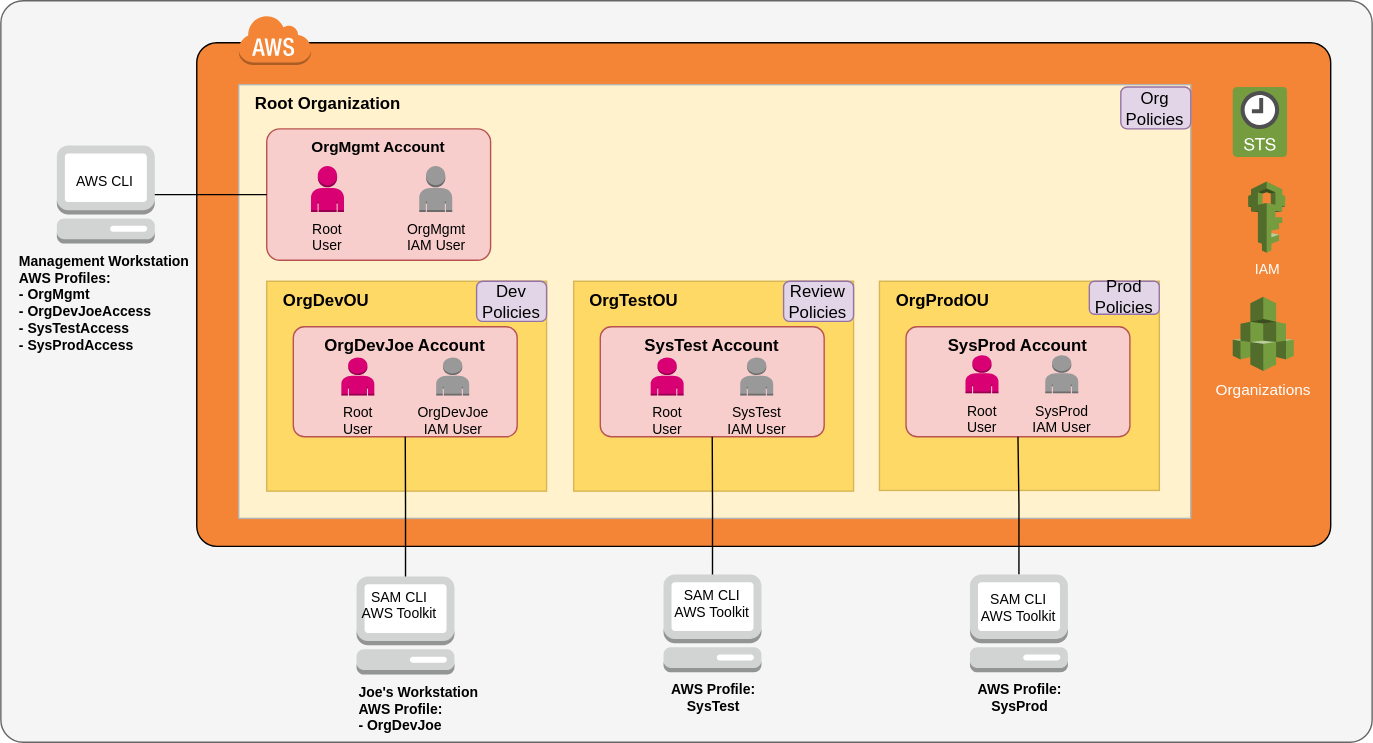
InSciCo/InSciCo keeps this draw.io diagram as docs/assets/img/AwsProdSetup.svg. Above is the earlier version. Source tidied: cells renumbered, new cells last; positions are measured from the earlier drawing's top-left corner, leaving out a move shared by most shapes.
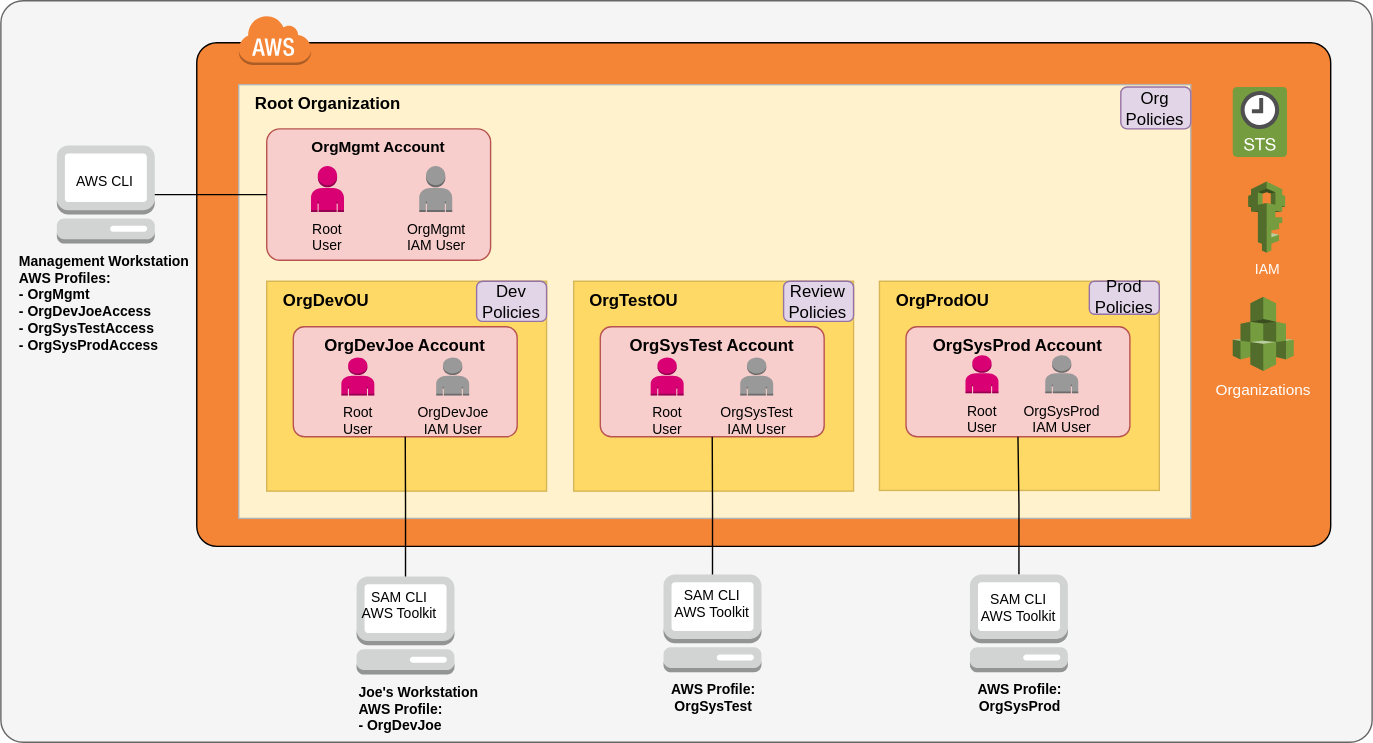
The same file after the commit.

Change to the diagram source:
```diff
@@ -77,25 +77,25 @@
     <mxCell id="26" style="group;" parent="19" vertex="1">
       <mxGeometry x="-199.5" y="32.5" width="160" height="78.7" as="geometry" />
     </mxCell>
-    <mxCell id="27" value="SysTest Account" style="rounded=1;arcSize=10;dashed=0;fillColor=#f8cecc;strokeWidth=1;fontSize=12;strokeColor=#b85450;verticalAlign=top;fontStyle=1;" parent="26" vertex="1">
+    <mxCell id="27" value="OrgSysTest Account" style="rounded=1;arcSize=10;dashed=0;fillColor=#f8cecc;strokeWidth=1;fontSize=12;strokeColor=#b85450;verticalAlign=top;fontStyle=1;" parent="26" vertex="1">
       <mxGeometry width="160" height="78.7" as="geometry" />
     </mxCell>
     <mxCell id="28" value="Root&lt;br&gt;User" style="dashed=0;verticalLabelPosition=bottom;verticalAlign=top;align=center;html=1;shape=mxgraph.aws3.user;labelBackgroundColor=none;strokeWidth=1;fontSize=10;fillColor=#d80073;strokeColor=#A50040;" parent="26" vertex="1">
       <mxGeometry x="36" y="22" width="23.6" height="27.1" as="geometry" />
     </mxCell>
-    <mxCell id="29" value="SysTest&lt;br&gt;IAM User" style="dashed=0;verticalLabelPosition=bottom;verticalAlign=top;align=center;html=1;shape=mxgraph.aws3.user;gradientColor=none;labelBackgroundColor=none;strokeWidth=1;fontSize=10;fontColor=#000000;fillColor=#999999;" parent="26" vertex="1">
+    <mxCell id="29" value="OrgSysTest&lt;br&gt;IAM User" style="dashed=0;verticalLabelPosition=bottom;verticalAlign=top;align=center;html=1;shape=mxgraph.aws3.user;gradientColor=none;labelBackgroundColor=none;strokeWidth=1;fontSize=10;fontColor=#000000;fillColor=#999999;" parent="26" vertex="1">
       <mxGeometry x="100" y="22" width="23.6" height="27.1" as="geometry" />
     </mxCell>
     <mxCell id="30" style="group;" parent="19" vertex="1">
       <mxGeometry x="19" y="32.5" width="160" height="78.7" as="geometry" />
     </mxCell>
-    <mxCell id="31" value="SysProd Account" style="rounded=1;arcSize=10;dashed=0;fillColor=#f8cecc;strokeWidth=1;fontSize=12;strokeColor=#b85450;verticalAlign=top;fontStyle=1;" parent="30" vertex="1">
+    <mxCell id="31" value="OrgSysProd Account" style="rounded=1;arcSize=10;dashed=0;fillColor=#f8cecc;strokeWidth=1;fontSize=12;strokeColor=#b85450;verticalAlign=top;fontStyle=1;" parent="30" vertex="1">
       <mxGeometry width="160" height="78.7" as="geometry" />
     </mxCell>
     <mxCell id="32" value="Root&lt;br&gt;User" style="dashed=0;verticalLabelPosition=bottom;verticalAlign=top;align=center;html=1;shape=mxgraph.aws3.user;labelBackgroundColor=none;strokeWidth=1;fontSize=10;fillColor=#d80073;strokeColor=#A50040;" parent="30" vertex="1">
       <mxGeometry x="42.5" y="20.4" width="23.6" height="27.1" as="geometry" />
     </mxCell>
-    <mxCell id="33" value="SysProd&lt;br&gt;IAM User" style="dashed=0;verticalLabelPosition=bottom;verticalAlign=top;align=center;html=1;shape=mxgraph.aws3.user;gradientColor=none;labelBackgroundColor=none;strokeWidth=1;fontSize=10;fontColor=#000000;fillColor=#999999;" parent="30" vertex="1">
+    <mxCell id="33" value="OrgSysProd&lt;br&gt;IAM User" style="dashed=0;verticalLabelPosition=bottom;verticalAlign=top;align=center;html=1;shape=mxgraph.aws3.user;gradientColor=none;labelBackgroundColor=none;strokeWidth=1;fontSize=10;fontColor=#000000;fillColor=#999999;" parent="30" vertex="1">
       <mxGeometry x="99.5" y="20.4" width="23.6" height="27.1" as="geometry" />
     </mxCell>
     <mxCell id="34" style="edgeStyle=orthogonalEdgeStyle;rounded=0;jettySize=auto;html=1;exitX=0.5;exitY=0;exitDx=0;exitDy=0;exitPerimeter=0;fontSize=10;fontColor=#000000;entryX=0.5;entryY=1;entryDx=0;entryDy=0;endArrow=none;endFill=0;" parent="1" edge="1" source="39" target="31">
@@ -104,7 +104,7 @@
     <mxCell id="35" style="group;" parent="1" vertex="1">
       <mxGeometry x="473.6" y="410" width="70" height="70" as="geometry" />
     </mxCell>
-    <mxCell id="36" value="&lt;b&gt;AWS Profile:&lt;br&gt;SysTest&lt;br&gt;&lt;/b&gt;" style="outlineConnect=0;dashed=0;verticalLabelPosition=bottom;verticalAlign=top;align=center;html=1;shape=mxgraph.aws3.management_console;fillColor=#D2D3D3;gradientColor=none;strokeWidth=1;fontSize=10;fontColor=#000000;" parent="35" vertex="1">
+    <mxCell id="36" value="&lt;b&gt;AWS Profile:&lt;br&gt;OrgSysTest&lt;br&gt;&lt;/b&gt;" style="outlineConnect=0;dashed=0;verticalLabelPosition=bottom;verticalAlign=top;align=center;html=1;shape=mxgraph.aws3.management_console;fillColor=#D2D3D3;gradientColor=none;strokeWidth=1;fontSize=10;fontColor=#000000;" parent="35" vertex="1">
       <mxGeometry width="70" height="70" as="geometry" />
     </mxCell>
     <mxCell id="37" value="SAM CLI&lt;br&gt;AWS Toolkit" style="text;html=1;strokeColor=none;fillColor=none;align=center;verticalAlign=middle;whiteSpace=wrap;rounded=0;fontSize=10;fontColor=#000000;" parent="35" vertex="1">
@@ -113,7 +113,7 @@
     <mxCell id="38" style="group;" parent="1" vertex="1">
       <mxGeometry x="689.6" y="410" width="73" height="70" as="geometry" />
     </mxCell>
-    <mxCell id="39" value="&lt;b&gt;AWS Profile:&lt;br&gt;SysProd&lt;br&gt;&lt;/b&gt;" style="outlineConnect=0;dashed=0;verticalLabelPosition=bottom;verticalAlign=top;align=center;html=1;shape=mxgraph.aws3.management_console;fillColor=#D2D3D3;gradientColor=none;strokeWidth=1;fontSize=10;fontColor=#000000;" parent="38" vertex="1">
+    <mxCell id="39" value="&lt;b&gt;AWS Profile:&lt;br&gt;OrgSysProd&lt;br&gt;&lt;/b&gt;" style="outlineConnect=0;dashed=0;verticalLabelPosition=bottom;verticalAlign=top;align=center;html=1;shape=mxgraph.aws3.management_console;fillColor=#D2D3D3;gradientColor=none;strokeWidth=1;fontSize=10;fontColor=#000000;" parent="38" vertex="1">
       <mxGeometry x="3" width="70" height="70" as="geometry" />
     </mxCell>
     <mxCell id="40" value="SAM CLI&lt;br&gt;AWS Toolkit" style="text;html=1;strokeColor=none;fillColor=none;align=center;verticalAlign=middle;whiteSpace=wrap;rounded=0;fontSize=10;fontColor=#000000;" parent="38" vertex="1">
@@ -122,7 +122,7 @@
     <mxCell id="41" style="group;" parent="1" vertex="1">
       <mxGeometry x="40" y="103.6" width="70" height="70" as="geometry" />
     </mxCell>
-    <mxCell id="42" value="&lt;div style=&quot;text-align: left&quot;&gt;&lt;b&gt;Management Workstation&amp;nbsp;&lt;/b&gt;&lt;/div&gt;&lt;div style=&quot;text-align: left&quot;&gt;&lt;b&gt;AWS Profiles:&lt;/b&gt;&lt;/div&gt;&lt;b&gt;&lt;div style=&quot;text-align: left&quot;&gt;&lt;b&gt;- OrgMgmt&lt;/b&gt;&lt;/div&gt;&lt;/b&gt;&lt;div style=&quot;text-align: left&quot;&gt;&lt;b&gt;- OrgDevJoeAccess&lt;/b&gt;&lt;/div&gt;&lt;div style=&quot;text-align: left&quot;&gt;&lt;b&gt;- SysTestAccess&lt;/b&gt;&lt;/div&gt;&lt;div style=&quot;text-align: left&quot;&gt;&lt;b&gt;- SysProdAccess&lt;/b&gt;&lt;/div&gt;" style="outlineConnect=0;dashed=0;verticalLabelPosition=bottom;verticalAlign=top;align=center;html=1;shape=mxgraph.aws3.management_console;fillColor=#D2D3D3;gradientColor=none;strokeWidth=1;fontSize=10;fontColor=#000000;" parent="41" vertex="1">
+    <mxCell id="42" value="&lt;div style=&quot;text-align: left&quot;&gt;&lt;b&gt;Management Workstation&amp;nbsp;&lt;/b&gt;&lt;/div&gt;&lt;div style=&quot;text-align: left&quot;&gt;&lt;b&gt;AWS Profiles:&lt;/b&gt;&lt;/div&gt;&lt;b&gt;&lt;div style=&quot;text-align: left&quot;&gt;&lt;b&gt;- OrgMgmt&lt;/b&gt;&lt;/div&gt;&lt;/b&gt;&lt;div style=&quot;text-align: left&quot;&gt;&lt;b&gt;- OrgDevJoeAccess&lt;/b&gt;&lt;/div&gt;&lt;div style=&quot;text-align: left&quot;&gt;&lt;b&gt;- OrgSysTestAccess&lt;/b&gt;&lt;/div&gt;&lt;div style=&quot;text-align: left&quot;&gt;&lt;b&gt;- OrgSysProdAccess&lt;/b&gt;&lt;/div&gt;" style="outlineConnect=0;dashed=0;verticalLabelPosition=bottom;verticalAlign=top;align=center;html=1;shape=mxgraph.aws3.management_console;fillColor=#D2D3D3;gradientColor=none;strokeWidth=1;fontSize=10;fontColor=#000000;" parent="41" vertex="1">
       <mxGeometry width="70" height="70" as="geometry" />
     </mxCell>
     <mxCell id="43" value="AWS CLI" style="text;html=1;strokeColor=none;fillColor=none;align=center;verticalAlign=middle;whiteSpace=wrap;rounded=0;fontSize=10;fontColor=#000000;" parent="41" vertex="1">
```
